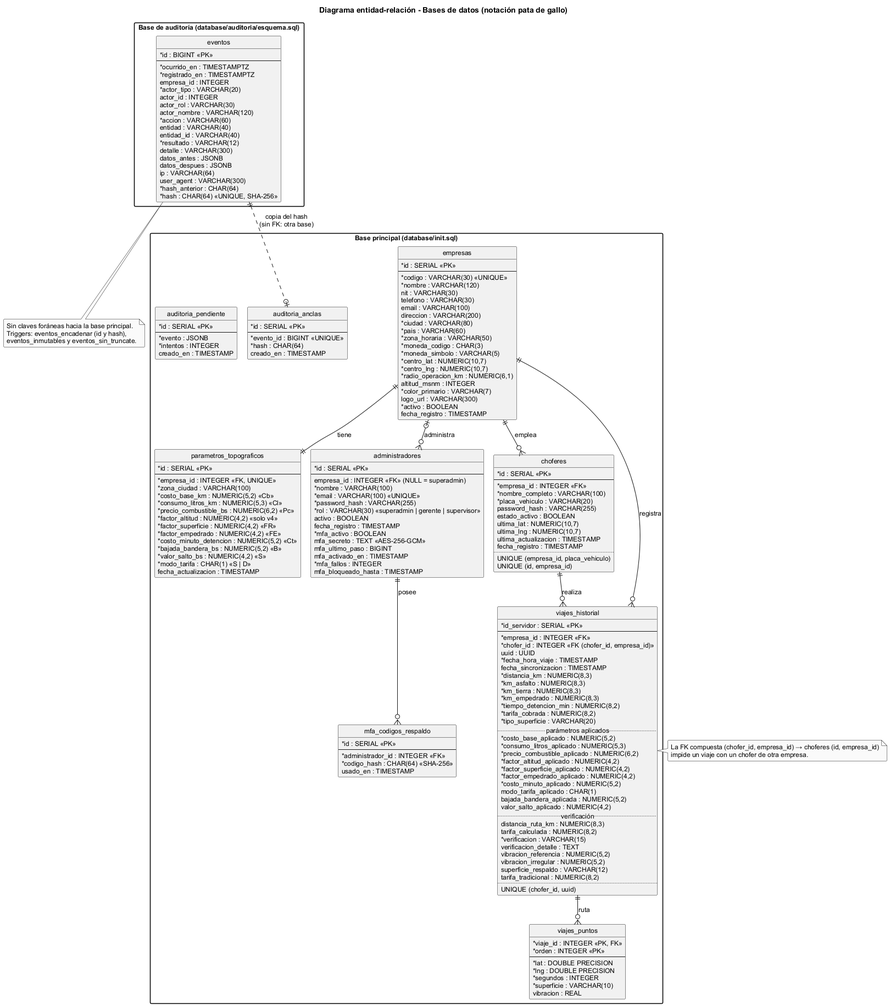
Above: diseno/uml/er01_base_datos.png in BenjexDtz/pulpos-taxis (PlantUML), before the change.
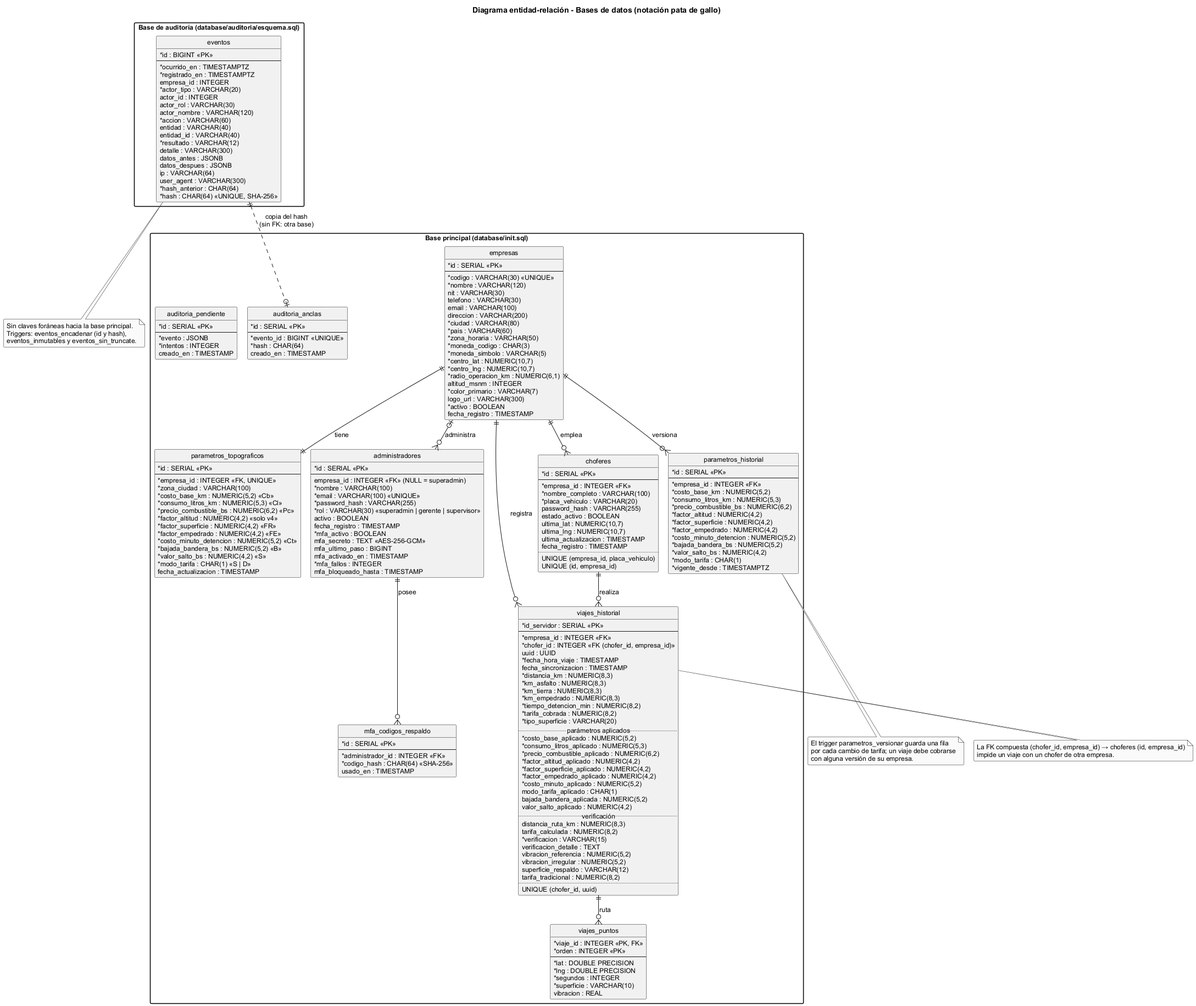
Above is the later version.

Commit message:
Diagramas al día con la v1.4.0 y figura de la velocidad de cambio

Diff of the diagram source:
```diff
@@ -48,6 +48,23 @@
     * valor_salto_bs : NUMERIC(4,2) <<S>>
     * modo_tarifa : CHAR(1) <<S | D>>
     fecha_actualizacion : TIMESTAMP
+  }
+
+  entity parametros_historial {
+    * id : SERIAL <<PK>>
+    --
+    * empresa_id : INTEGER <<FK>>
+    * costo_base_km : NUMERIC(5,2)
+    * consumo_litros_km : NUMERIC(5,3)
+    * precio_combustible_bs : NUMERIC(6,2)
+    * factor_altitud : NUMERIC(4,2)
+    * factor_superficie : NUMERIC(4,2)
+    * factor_empedrado : NUMERIC(4,2)
+    * costo_minuto_detencion : NUMERIC(5,2)
+    * bajada_bandera_bs : NUMERIC(5,2)
+    * valor_salto_bs : NUMERIC(4,2)
+    * modo_tarifa : CHAR(1)
+    * vigente_desde : TIMESTAMPTZ
   }
 
   entity administradores {
@@ -186,6 +203,7 @@
 }
 
 empresas ||--|| parametros_topograficos : tiene
+empresas ||--o{ parametros_historial : versiona
 empresas |o--o{ administradores : administra
 administradores ||--o{ mfa_codigos_respaldo : posee
 empresas ||--o{ choferes : emplea
@@ -200,6 +218,12 @@
   eventos_inmutables y eventos_sin_truncate.
 end note
 
+note bottom of parametros_historial
+  El trigger parametros_versionar guarda una fila
+  por cada cambio de tarifa; un viaje debe cobrarse
+  con alguna versión de su empresa.
+end note
+
 note right of viajes_historial
   La FK compuesta (chofer_id, empresa_id) → choferes (id, empresa_id)
   impide un viaje con un chofer de otra empresa.
```
